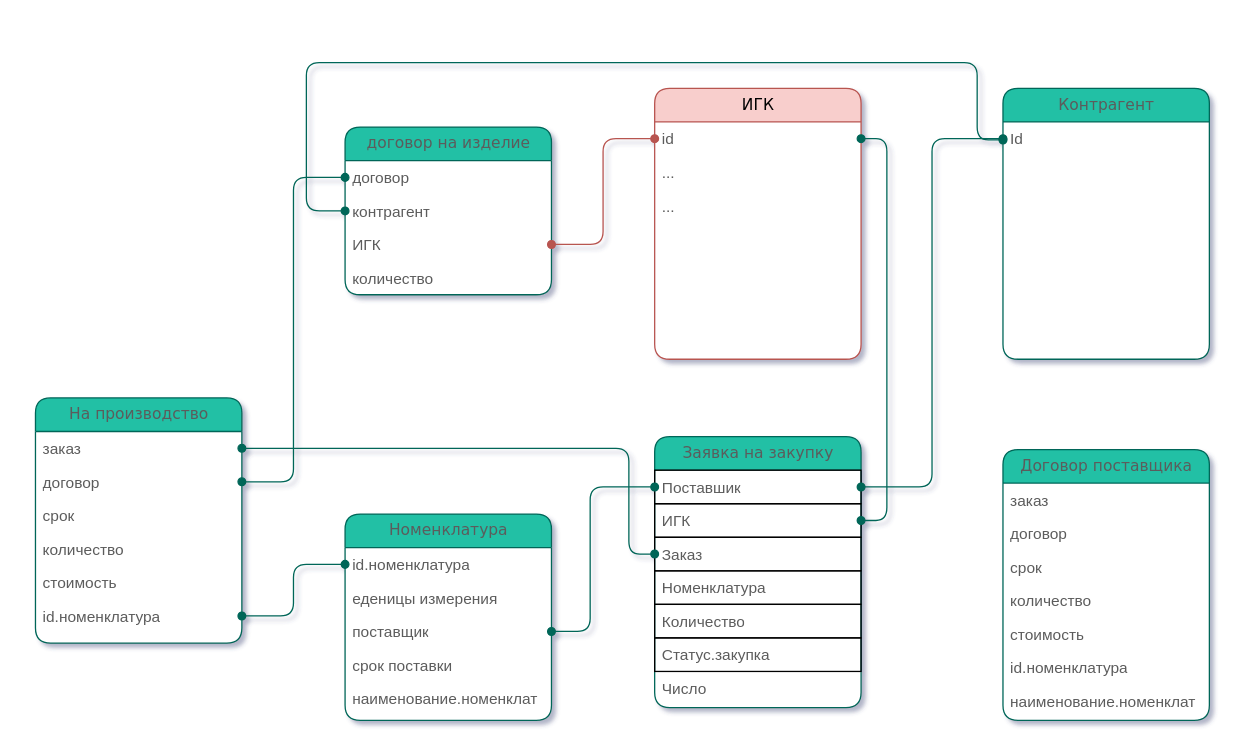
Before: shema.drawio in 3zerg/vnitiem, a draw.io diagram. Source tidied: cells renumbered, new cells numbered last; positions are measured from the earlier drawing's top-left corner, leaving out a move shared by most shapes. Both pictures are drawn from the tidied source at 129%, with x=0, y=0 at pixel (35, 62).
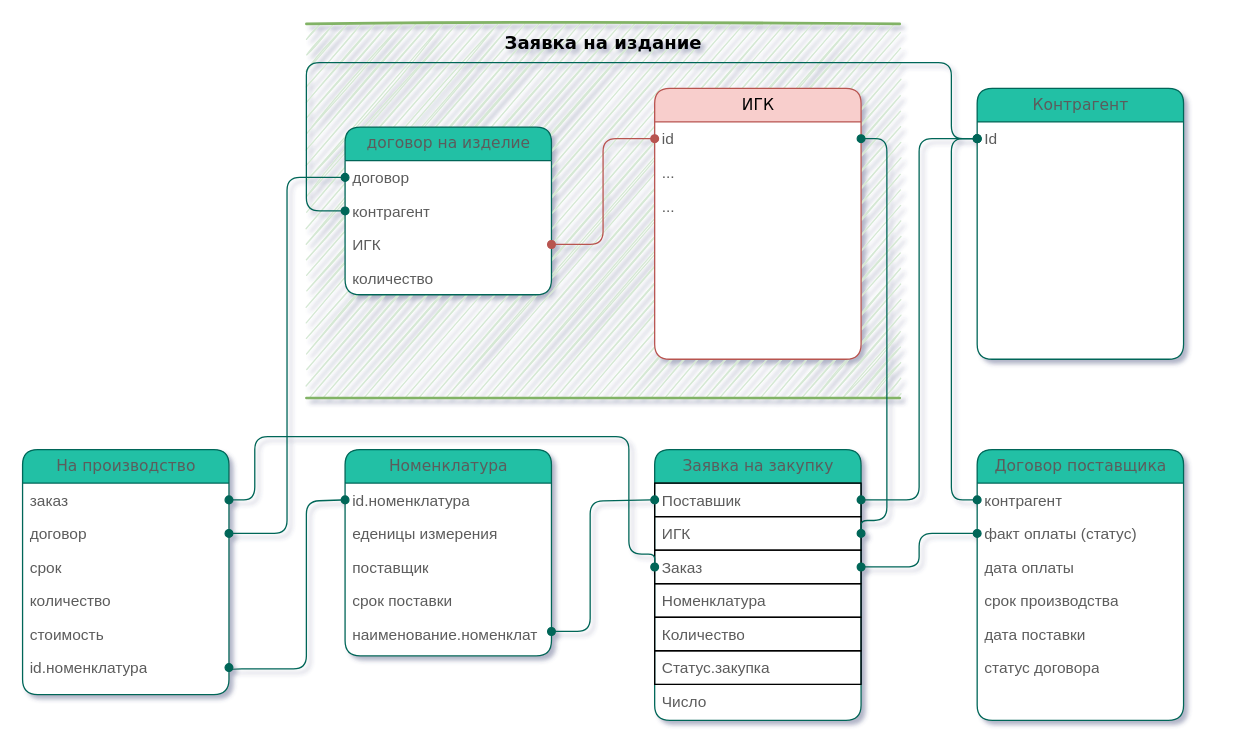
Above is the later version.

Unchanged cells that the change refers to:
```xml
<mxCell id="3" value="заказ" style="text;html=1;strokeColor=none;fillColor=none;spacingLeft=4;spacingRight=4;whiteSpace=wrap;overflow=hidden;points=[[0,0.5],[1,0.5]];portConstraint=eastwest;fontColor=#5C5C5C;rounded=1;" parent="2" vertex="1">
  <mxGeometry y="26" width="160" height="26" as="geometry" />
</mxCell>
<mxCell id="8" value="id.номенклатура" style="text;html=1;strokeColor=none;fillColor=none;spacingLeft=4;spacingRight=4;whiteSpace=wrap;overflow=hidden;points=[[0,0.5],[1,0.5]];portConstraint=eastwest;fontColor=#5C5C5C;rounded=1;" parent="2" vertex="1">
  <mxGeometry y="156" width="160" height="26" as="geometry" />
</mxCell>
<mxCell id="11" value="контрагент" style="text;html=1;strokeColor=none;fillColor=none;spacingLeft=4;spacingRight=4;whiteSpace=wrap;overflow=hidden;points=[[0,0.5],[1,0.5]];portConstraint=eastwest;fontColor=#5C5C5C;rounded=1;" parent="9" vertex="1">
  <mxGeometry y="52" width="160" height="26" as="geometry" />
</mxCell>
<mxCell id="21" value="id.номенклатура" style="text;html=1;strokeColor=none;fillColor=none;spacingLeft=4;spacingRight=4;whiteSpace=wrap;overflow=hidden;points=[[0,0.5],[1,0.5]];portConstraint=eastwest;fontColor=#5C5C5C;rounded=1;" parent="20" vertex="1">
  <mxGeometry y="26" width="160" height="26" as="geometry" />
</mxCell>
<mxCell id="28" value="Поставшик" style="text;html=1;strokeColor=default;fillColor=none;spacingLeft=4;spacingRight=4;whiteSpace=wrap;overflow=hidden;points=[[0,0.5],[1,0.5]];portConstraint=eastwest;fontColor=#5C5C5C;rounded=0;" parent="27" vertex="1">
  <mxGeometry y="26" width="160" height="26" as="geometry" />
</mxCell>
<mxCell id="30" value="Заказ" style="text;html=1;strokeColor=default;fillColor=none;spacingLeft=4;spacingRight=4;whiteSpace=wrap;overflow=hidden;points=[[0,0.5],[1,0.5]];portConstraint=eastwest;fontColor=#5C5C5C;rounded=0;" parent="27" vertex="1">
  <mxGeometry y="78" width="160" height="26" as="geometry" />
</mxCell>
<mxCell id="39" value="Id" style="text;html=1;strokeColor=none;fillColor=none;spacingLeft=4;spacingRight=4;whiteSpace=wrap;overflow=hidden;points=[[0,0.5],[1,0.5]];portConstraint=eastwest;fontColor=#5C5C5C;" parent="38" vertex="1">
  <mxGeometry y="26" width="160" height="26" as="geometry" />
</mxCell>
```

Change to the diagram source:
```diff
@@
+    <mxCell id="50" value="&lt;b&gt;&lt;font style=&quot;font-size: 14px&quot;&gt;Заявка на издание&lt;/font&gt;&lt;/b&gt;" style="html=1;rounded=0;shadow=0;comic=0;labelBackgroundColor=none;strokeWidth=2;fontFamily=Verdana;fontSize=12;align=center;shape=mxgraph.ios7ui.horLines;fillColor=#d5e8d4;strokeColor=#82b366;verticalAlign=top;gradientDirection=east;sketch=1;" parent="1" vertex="1">
+      <mxGeometry x="210" y="-30" width="460" height="290" as="geometry" />
+    </mxCell>
     <mxCell id="2" value="На производство" style="swimlane;html=1;fontStyle=0;horizontal=1;startSize=26;fillColor=#21C0A5;swimlaneFillColor=#ffffff;align=center;rounded=1;shadow=0;comic=0;labelBackgroundColor=none;strokeWidth=1;fontFamily=Verdana;fontSize=12;strokeColor=#006658;fontColor=#5C5C5C;" parent="1" vertex="1">
-      <mxGeometry y="260" width="160" height="190" as="geometry" />
+      <mxGeometry x="-10" y="300" width="160" height="190" as="geometry" />
     </mxCell>
@@
     <mxCell id="20" value="Номенклатура" style="swimlane;html=1;fontStyle=0;horizontal=1;startSize=26;fillColor=#21C0A5;swimlaneFillColor=#ffffff;align=center;rounded=1;shadow=0;comic=0;labelBackgroundColor=none;strokeWidth=1;fontFamily=Verdana;fontSize=12;strokeColor=#006658;fontColor=#5C5C5C;" parent="1" vertex="1">
-      <mxGeometry x="240" y="350" width="160" height="160" as="geometry" />
+      <mxGeometry x="240" y="300" width="160" height="160" as="geometry" />
     </mxCell>
@@
     <mxCell id="26" style="edgeStyle=orthogonalEdgeStyle;rounded=1;jettySize=auto;html=1;exitX=1;exitY=0.5;exitDx=0;exitDy=0;entryX=0;entryY=0.5;entryDx=0;entryDy=0;fontColor=#5C5C5C;startArrow=oval;startFill=1;endArrow=oval;endFill=1;strokeColor=#006658;fillColor=#21C0A5;" parent="1" edge="1" source="8" target="21">
-      <mxGeometry relative="1" as="geometry" />
+      <mxGeometry relative="1" as="geometry">
+        <Array as="points">
+          <mxPoint x="150" y="470" />
+          <mxPoint x="210" y="470" />
+          <mxPoint x="210" y="340" />
+        </Array>
+      </mxGeometry>
     </mxCell>
     <mxCell id="27" value="Заявка на закупку" style="swimlane;html=1;fontStyle=0;horizontal=1;startSize=26;fillColor=#21C0A5;swimlaneFillColor=#ffffff;align=center;rounded=1;shadow=0;comic=0;labelBackgroundColor=none;strokeWidth=1;fontFamily=Verdana;fontSize=12;strokeColor=#006658;fontColor=#5C5C5C;" parent="1" vertex="1">
-      <mxGeometry x="480" y="290" width="160" height="210" as="geometry" />
+      <mxGeometry x="480" y="300" width="160" height="210" as="geometry" />
     </mxCell>
@@
     <mxCell id="36" style="edgeStyle=orthogonalEdgeStyle;rounded=1;jettySize=auto;html=1;entryX=0;entryY=0.5;entryDx=0;entryDy=0;fontColor=#5C5C5C;startArrow=oval;startFill=1;endArrow=oval;endFill=1;strokeColor=#006658;fillColor=#21C0A5;" parent="1" edge="1" target="28">
       <mxGeometry relative="1" as="geometry">
         <mxPoint x="400" y="441" as="sourcePoint" />
         <Array as="points">
           <mxPoint x="430" y="441" />
-          <mxPoint x="430" y="329" />
+          <mxPoint x="430" y="340" />
         </Array>
       </mxGeometry>
     </mxCell>
     <mxCell id="37" style="edgeStyle=orthogonalEdgeStyle;rounded=1;jettySize=auto;html=1;exitX=1;exitY=0.5;exitDx=0;exitDy=0;fontColor=#5C5C5C;startArrow=oval;startFill=1;endArrow=oval;endFill=1;strokeColor=#006658;fillColor=#21C0A5;entryX=0;entryY=0.5;entryDx=0;entryDy=0;" parent="1" edge="1" source="3" target="30">
       <mxGeometry relative="1" as="geometry">
         <Array as="points">
-          <mxPoint x="460" y="299" />
+          <mxPoint x="170" y="339" />
+          <mxPoint x="170" y="290" />
+          <mxPoint x="460" y="290" />
           <mxPoint x="460" y="381" />
+          <mxPoint x="480" y="381" />
         </Array>
       </mxGeometry>
     </mxCell>
     <mxCell id="38" value="Контрагент" style="swimlane;html=1;fontStyle=0;horizontal=1;startSize=26;fillColor=#21C0A5;swimlaneFillColor=#ffffff;align=center;rounded=1;shadow=0;comic=0;labelBackgroundColor=none;strokeWidth=1;fontFamily=Verdana;fontSize=12;strokeColor=#006658;fontColor=#5C5C5C;" parent="1" vertex="1">
-      <mxGeometry x="750" y="20" width="160" height="210" as="geometry" />
+      <mxGeometry x="730" y="20" width="160" height="210" as="geometry" />
     </mxCell>
@@
-    <mxCell id="41" style="edgeStyle=orthogonalEdgeStyle;rounded=1;jettySize=auto;html=1;exitX=0;exitY=0.5;exitDx=0;exitDy=0;fontColor=#5C5C5C;startArrow=oval;startFill=1;endArrow=oval;endFill=1;strokeColor=#006658;fillColor=#21C0A5;" parent="1" edge="1" source="11">
+    <mxCell id="41" style="edgeStyle=orthogonalEdgeStyle;rounded=1;jettySize=auto;html=1;exitX=0;exitY=0.5;exitDx=0;exitDy=0;fontColor=#5C5C5C;startArrow=oval;startFill=1;endArrow=oval;endFill=1;strokeColor=#006658;fillColor=#21C0A5;entryX=0;entryY=0.5;entryDx=0;entryDy=0;" parent="1" edge="1" source="11" target="39">
       <mxGeometry relative="1" as="geometry">
-        <mxPoint x="750" y="60" as="targetPoint" />
         <Array as="points">
           <mxPoint x="210" y="115" />
           <mxPoint x="210" />
-          <mxPoint x="730" />
-          <mxPoint x="730" y="60" />
+          <mxPoint x="710" />
+          <mxPoint x="710" y="59" />
         </Array>
       </mxGeometry>
     </mxCell>
     <mxCell id="42" value="Договор поставщика" style="swimlane;html=1;fontStyle=0;horizontal=1;startSize=26;fillColor=#21C0A5;swimlaneFillColor=#ffffff;align=center;rounded=1;shadow=0;comic=0;labelBackgroundColor=none;strokeWidth=1;fontFamily=Verdana;fontSize=12;strokeColor=#006658;fontColor=#5C5C5C;" parent="1" vertex="1">
-      <mxGeometry x="750" y="300" width="160" height="210" as="geometry" />
+      <mxGeometry x="730" y="300" width="160" height="210" as="geometry" />
     </mxCell>
-    <mxCell id="43" value="заказ" style="text;html=1;strokeColor=none;fillColor=none;spacingLeft=4;spacingRight=4;whiteSpace=wrap;overflow=hidden;points=[[0,0.5],[1,0.5]];portConstraint=eastwest;fontColor=#5C5C5C;" parent="42" vertex="1">
+    <mxCell id="43" value="контрагент" style="text;html=1;strokeColor=none;fillColor=none;spacingLeft=4;spacingRight=4;whiteSpace=wrap;overflow=hidden;points=[[0,0.5],[1,0.5]];portConstraint=eastwest;fontColor=#5C5C5C;" parent="42" vertex="1">
       <mxGeometry y="26" width="160" height="26" as="geometry" />
     </mxCell>
-    <mxCell id="44" value="договор" style="text;html=1;strokeColor=none;fillColor=none;spacingLeft=4;spacingRight=4;whiteSpace=wrap;overflow=hidden;points=[[0,0.5],[1,0.5]];portConstraint=eastwest;fontColor=#5C5C5C;" parent="42" vertex="1">
+    <mxCell id="44" value="факт оплаты (статус)" style="text;html=1;strokeColor=none;fillColor=none;spacingLeft=4;spacingRight=4;whiteSpace=wrap;overflow=hidden;points=[[0,0.5],[1,0.5]];portConstraint=eastwest;fontColor=#5C5C5C;" parent="42" vertex="1">
       <mxGeometry y="52" width="160" height="26" as="geometry" />
     </mxCell>
-    <mxCell id="45" value="срок" style="text;html=1;strokeColor=none;fillColor=none;spacingLeft=4;spacingRight=4;whiteSpace=wrap;overflow=hidden;fontColor=#5C5C5C;" parent="42" vertex="1">
+    <mxCell id="45" value="дата оплаты" style="text;html=1;strokeColor=none;fillColor=none;spacingLeft=4;spacingRight=4;whiteSpace=wrap;overflow=hidden;fontColor=#5C5C5C;" parent="42" vertex="1">
       <mxGeometry y="78" width="160" height="26" as="geometry" />
     </mxCell>
-    <mxCell id="46" value="количество" style="text;html=1;strokeColor=none;fillColor=none;spacingLeft=4;spacingRight=4;whiteSpace=wrap;overflow=hidden;fontColor=#5C5C5C;" parent="42" vertex="1">
+    <mxCell id="46" value="срок производства" style="text;html=1;strokeColor=none;fillColor=none;spacingLeft=4;spacingRight=4;whiteSpace=wrap;overflow=hidden;fontColor=#5C5C5C;" parent="42" vertex="1">
       <mxGeometry y="104" width="160" height="26" as="geometry" />
     </mxCell>
-    <mxCell id="47" value="стоимость" style="text;html=1;strokeColor=none;fillColor=none;spacingLeft=4;spacingRight=4;whiteSpace=wrap;overflow=hidden;fontColor=#5C5C5C;" parent="42" vertex="1">
+    <mxCell id="47" value="дата поставки" style="text;html=1;strokeColor=none;fillColor=none;spacingLeft=4;spacingRight=4;whiteSpace=wrap;overflow=hidden;fontColor=#5C5C5C;" parent="42" vertex="1">
       <mxGeometry y="130" width="160" height="26" as="geometry" />
     </mxCell>
-    <mxCell id="48" value="id.номенклатура" style="text;html=1;strokeColor=none;fillColor=none;spacingLeft=4;spacingRight=4;whiteSpace=wrap;overflow=hidden;fontColor=#5C5C5C;" parent="42" vertex="1">
+    <mxCell id="48" value="статус договора" style="text;html=1;strokeColor=none;fillColor=none;spacingLeft=4;spacingRight=4;whiteSpace=wrap;overflow=hidden;fontColor=#5C5C5C;" parent="42" vertex="1">
       <mxGeometry y="156" width="160" height="26" as="geometry" />
     </mxCell>
-    <mxCell id="49" value="наименование.номенклат" style="text;html=1;strokeColor=none;fillColor=none;spacingLeft=4;spacingRight=4;whiteSpace=wrap;overflow=hidden;fontColor=#5C5C5C;" parent="42" vertex="1">
-      <mxGeometry y="182" width="160" height="26" as="geometry" />
-    </mxCell>
+    <mxCell id="51" style="edgeStyle=orthogonalEdgeStyle;rounded=1;jettySize=auto;html=1;exitX=0;exitY=0.5;exitDx=0;exitDy=0;entryX=0;entryY=0.5;entryDx=0;entryDy=0;fontColor=#5C5C5C;startArrow=oval;startFill=1;endArrow=oval;endFill=1;strokeColor=#006658;fillColor=#21C0A5;" parent="1" edge="1" source="43" target="39">
+      <mxGeometry relative="1" as="geometry" />
+    </mxCell>
+    <mxCell id="52" style="edgeStyle=orthogonalEdgeStyle;rounded=1;jettySize=auto;html=1;exitX=0;exitY=0.5;exitDx=0;exitDy=0;entryX=1;entryY=0.5;entryDx=0;entryDy=0;fontColor=#5C5C5C;startArrow=oval;startFill=1;endArrow=oval;endFill=1;strokeColor=#006658;fillColor=#21C0A5;" parent="1" edge="1" source="44" target="30">
+      <mxGeometry relative="1" as="geometry" />
+    </mxCell>
```
